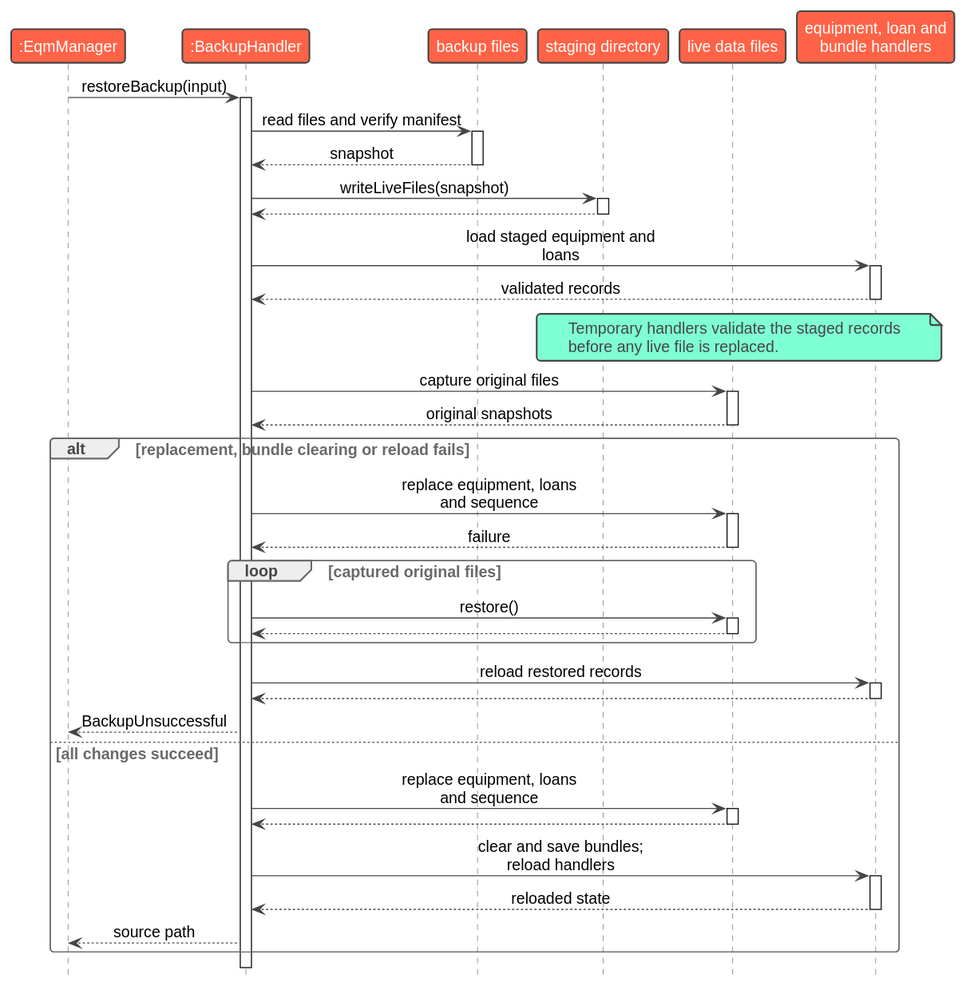
AY2627S1-CS2113-W13-1/tp keeps this PlantUML diagram as docs/images/BackupRestoreSequence.svg. Above is the earlier version.
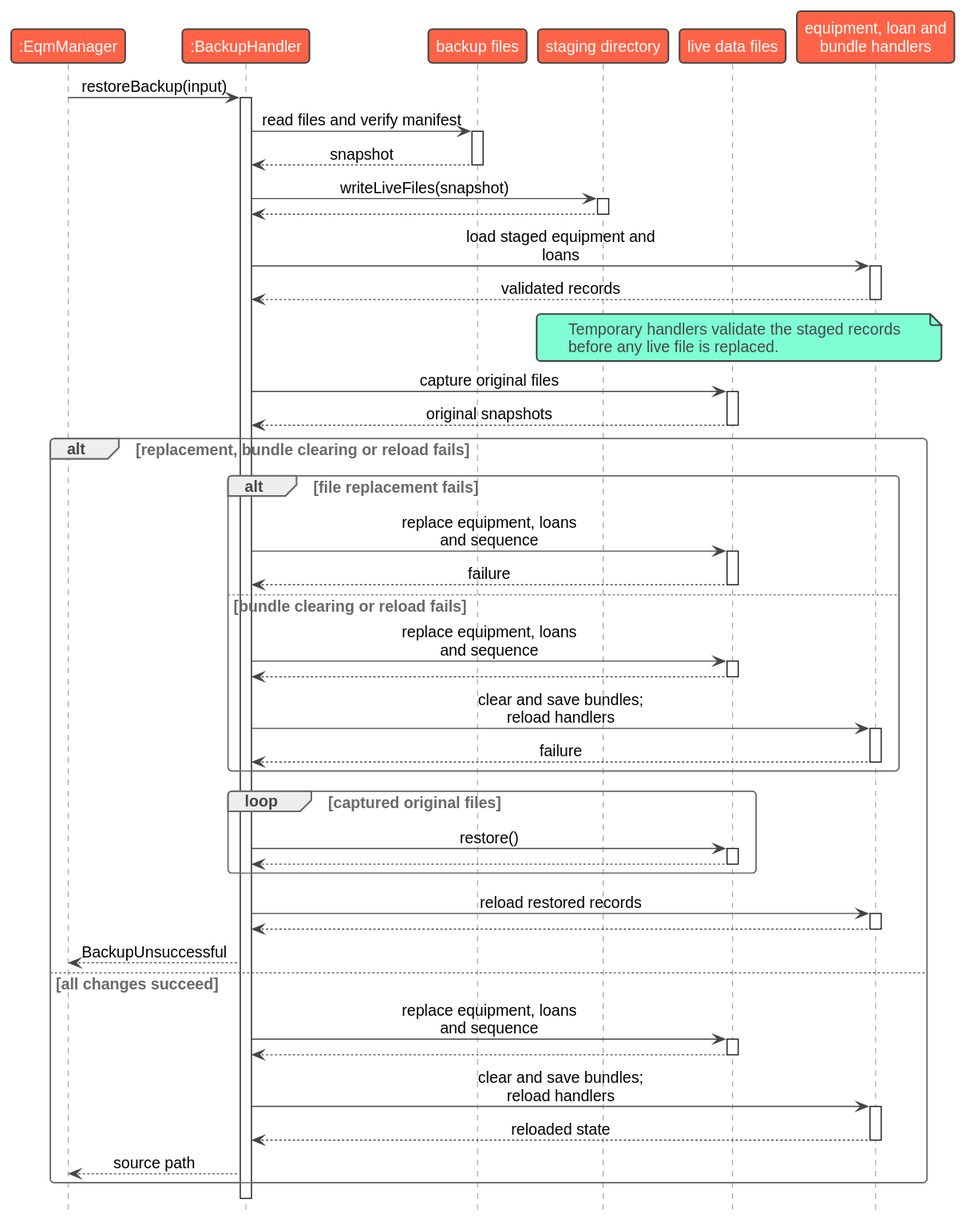
After the commit.

Commit message:
docs: address peer review comments and fix figure cross-references

The edit, as a diff of the source:
```diff
@@ -34,10 +34,21 @@
 Live --> Backup: original snapshots
 deactivate Live
 alt replacement, bundle clearing or reload fails
-    Backup -> Live: replace equipment, loans and sequence
-    activate Live
-    Live --> Backup: failure
-    deactivate Live
+    alt file replacement fails
+        Backup -> Live: replace equipment, loans and sequence
+        activate Live
+        Live --> Backup: failure
+        deactivate Live
+    else bundle clearing or reload fails
+        Backup -> Live: replace equipment, loans and sequence
+        activate Live
+        Live --> Backup
+        deactivate Live
+        Backup -> Handlers: clear and save bundles; reload handlers
+        activate Handlers
+        Handlers --> Backup: failure
+        deactivate Handlers
+    end
     loop captured original files
         Backup -> Live: restore()
         activate Live
```
